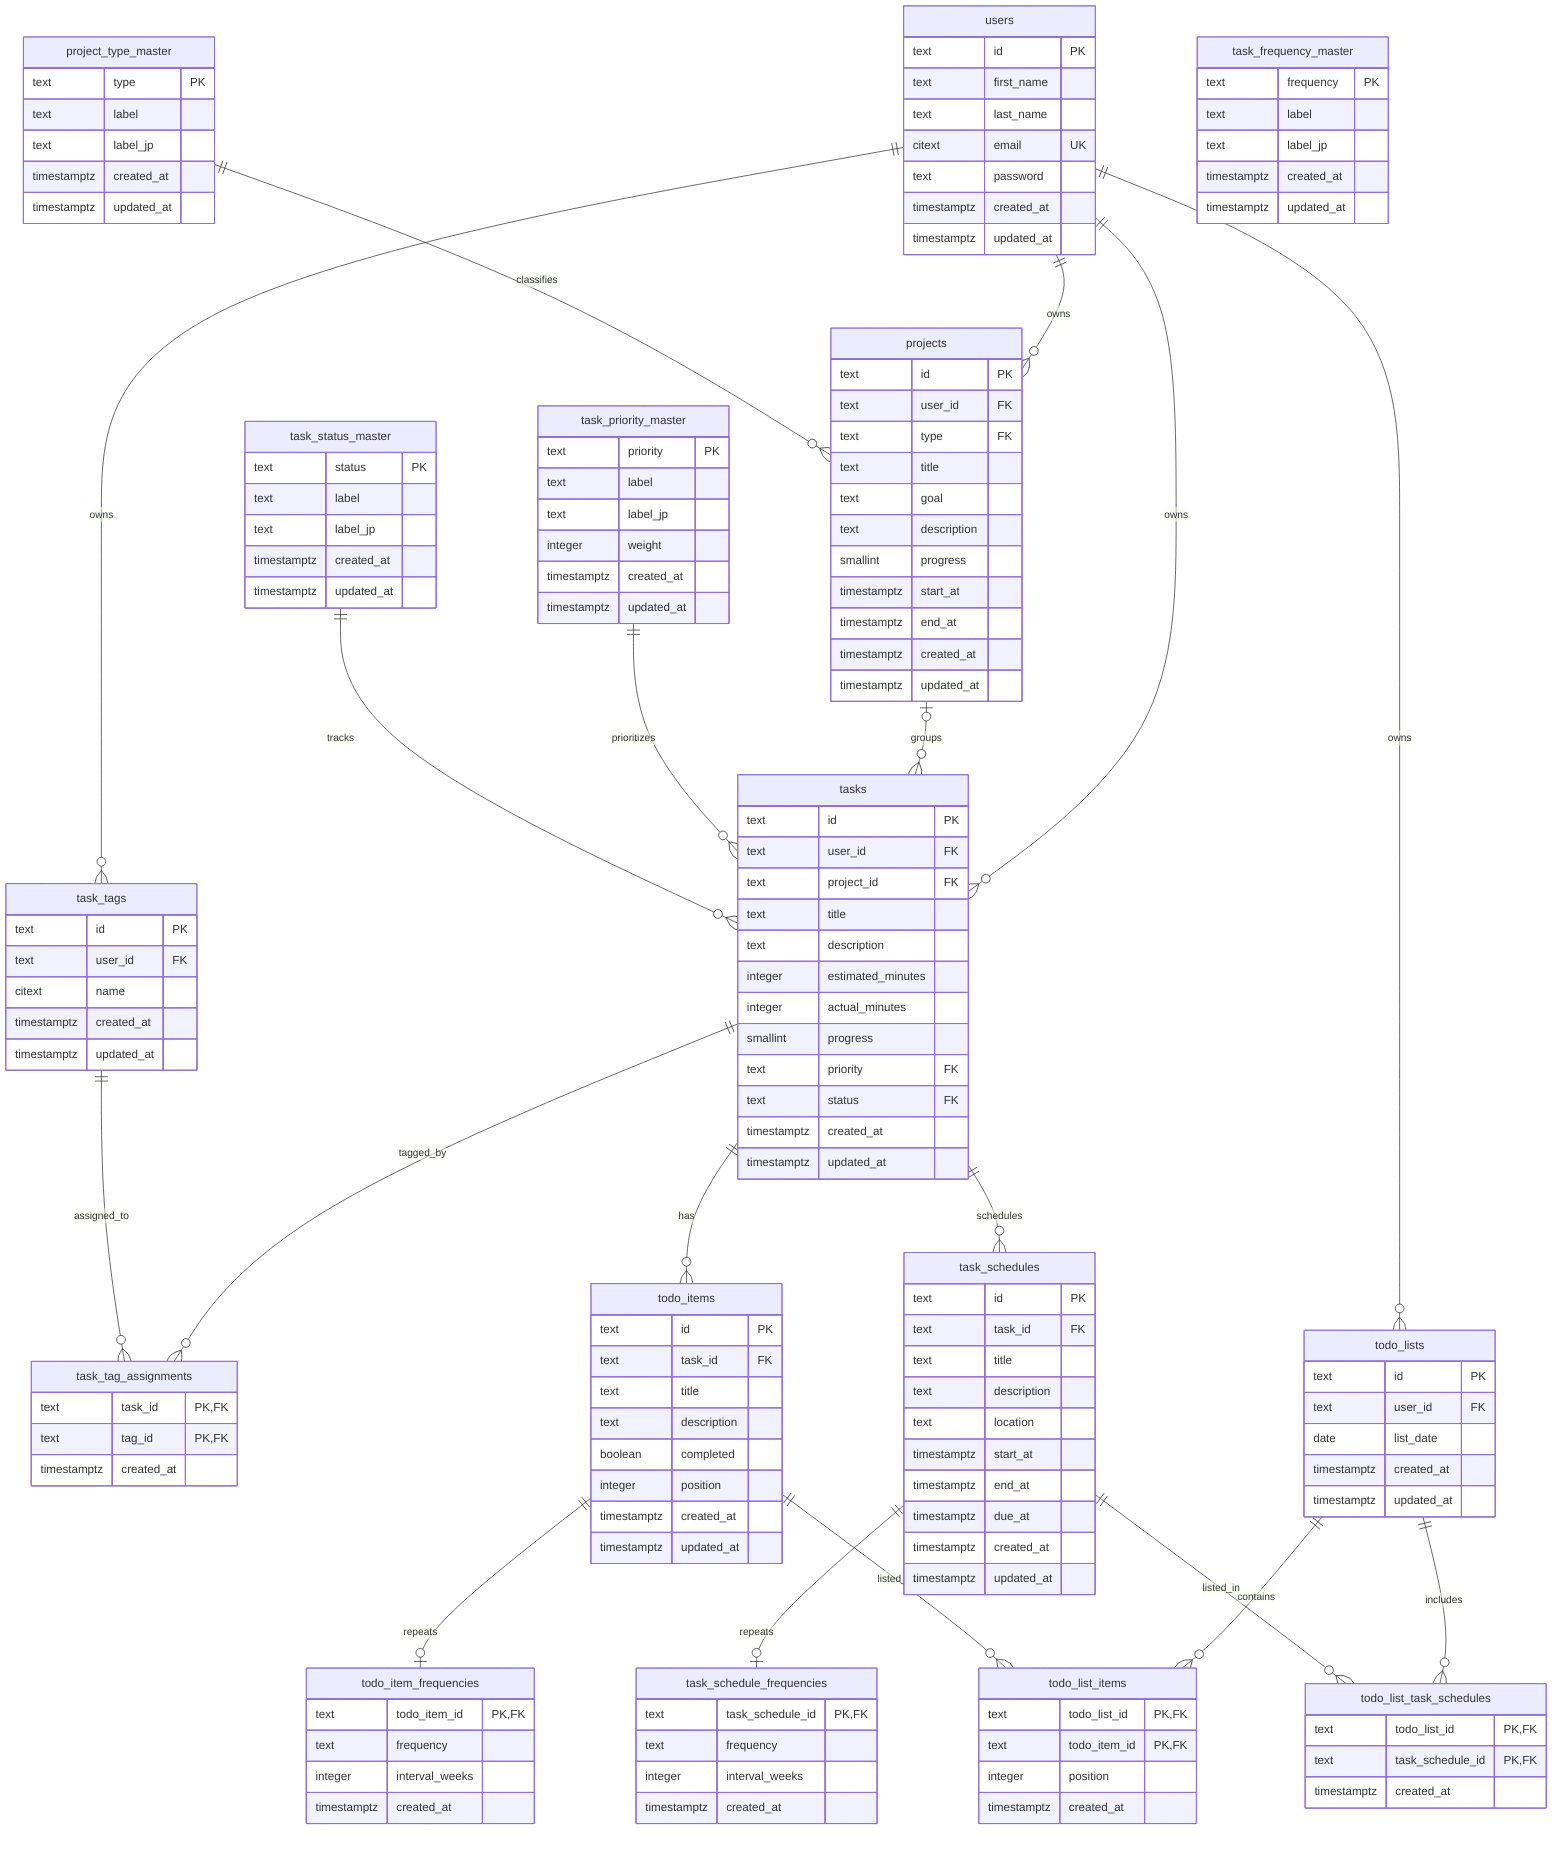
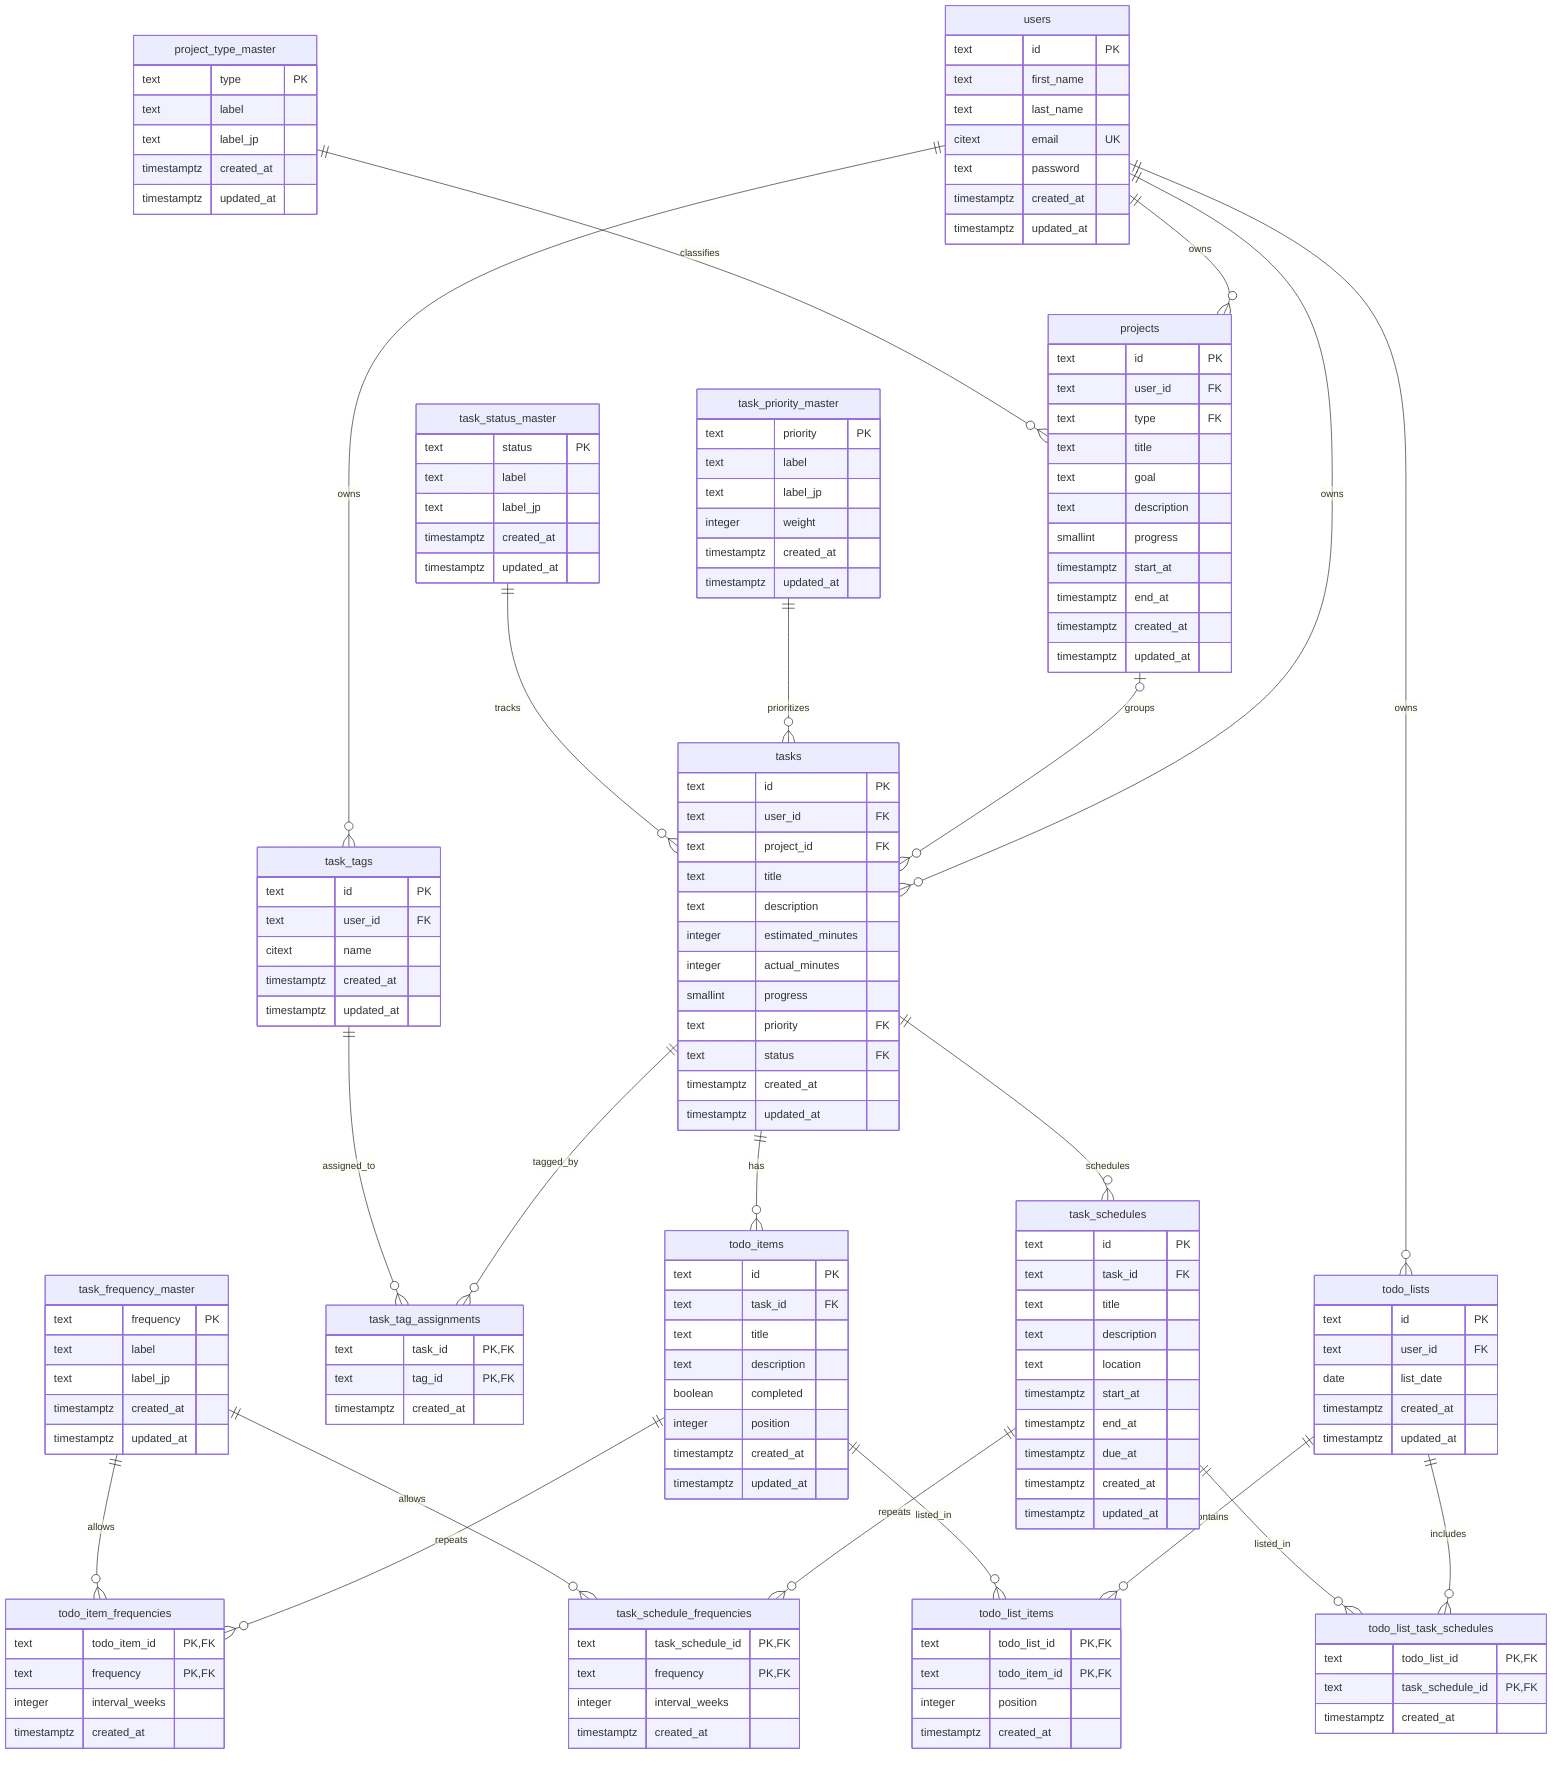
erDiagram
    users {
        text id PK
        text first_name
        text last_name
        citext email UK
        text password
        timestamptz created_at
        timestamptz updated_at
    }

    project_type_master {
        text type PK
        text label
        text label_jp
        timestamptz created_at
        timestamptz updated_at
    }

    task_priority_master {
        text priority PK
        text label
        text label_jp
        integer weight
        timestamptz created_at
        timestamptz updated_at
    }

    task_status_master {
        text status PK
        text label
        text label_jp
        timestamptz created_at
        timestamptz updated_at
    }

    task_frequency_master {
        text frequency PK
        text label
        text label_jp
        timestamptz created_at
        timestamptz updated_at
    }

    projects {
        text id PK
        text user_id FK
        text type FK
        text title
        text goal
        text description
        smallint progress
        timestamptz start_at
        timestamptz end_at
        timestamptz created_at
        timestamptz updated_at
    }

    tasks {
        text id PK
        text user_id FK
        text project_id FK
        text title
        text description
        integer estimated_minutes
        integer actual_minutes
        smallint progress
        text priority FK
        text status FK
        timestamptz created_at
        timestamptz updated_at
    }

    task_tags {
        text id PK
        text user_id FK
        citext name
        timestamptz created_at
        timestamptz updated_at
    }

    task_tag_assignments {
        text task_id PK,FK
        text tag_id PK,FK
        timestamptz created_at
    }

    todo_lists {
        text id PK
        text user_id FK
        date list_date
        timestamptz created_at
        timestamptz updated_at
    }

    task_schedules {
        text id PK
        text task_id FK
        text title
        text description
        text location
        timestamptz start_at
        timestamptz end_at
        timestamptz due_at
        timestamptz created_at
        timestamptz updated_at
    }

    task_schedule_frequencies {
        text task_schedule_id PK,FK
-         text frequency
+         text frequency PK,FK
        integer interval_weeks
        timestamptz created_at
    }

    todo_items {
        text id PK
        text task_id FK
        text title
        text description
        boolean completed
        integer position
        timestamptz created_at
        timestamptz updated_at
    }

    todo_item_frequencies {
        text todo_item_id PK,FK
-         text frequency
+         text frequency PK,FK
        integer interval_weeks
        timestamptz created_at
    }

    todo_list_items {
        text todo_list_id PK,FK
        text todo_item_id PK,FK
        integer position
        timestamptz created_at
    }

    todo_list_task_schedules {
        text todo_list_id PK,FK
        text task_schedule_id PK,FK
        timestamptz created_at
    }

    users ||--o{ projects : owns
    users ||--o{ tasks : owns
    users ||--o{ task_tags : owns
    users ||--o{ todo_lists : owns
    project_type_master ||--o{ projects : classifies
    projects o|--o{ tasks : groups
    task_priority_master ||--o{ tasks : prioritizes
    task_status_master ||--o{ tasks : tracks
    tasks ||--o{ todo_items : has
    tasks ||--o{ task_schedules : schedules
-     task_schedules ||--o| task_schedule_frequencies : repeats
+     task_schedules ||--o{ task_schedule_frequencies : repeats
+     task_frequency_master ||--o{ task_schedule_frequencies : allows
    tasks ||--o{ task_tag_assignments : tagged_by
    task_tags ||--o{ task_tag_assignments : assigned_to
-     todo_items ||--o| todo_item_frequencies : repeats
+     todo_items ||--o{ todo_item_frequencies : repeats
+     task_frequency_master ||--o{ todo_item_frequencies : allows
    todo_lists ||--o{ todo_list_items : contains
    todo_items ||--o{ todo_list_items : listed_in
    todo_lists ||--o{ todo_list_task_schedules : includes
    task_schedules ||--o{ todo_list_task_schedules : listed_in
